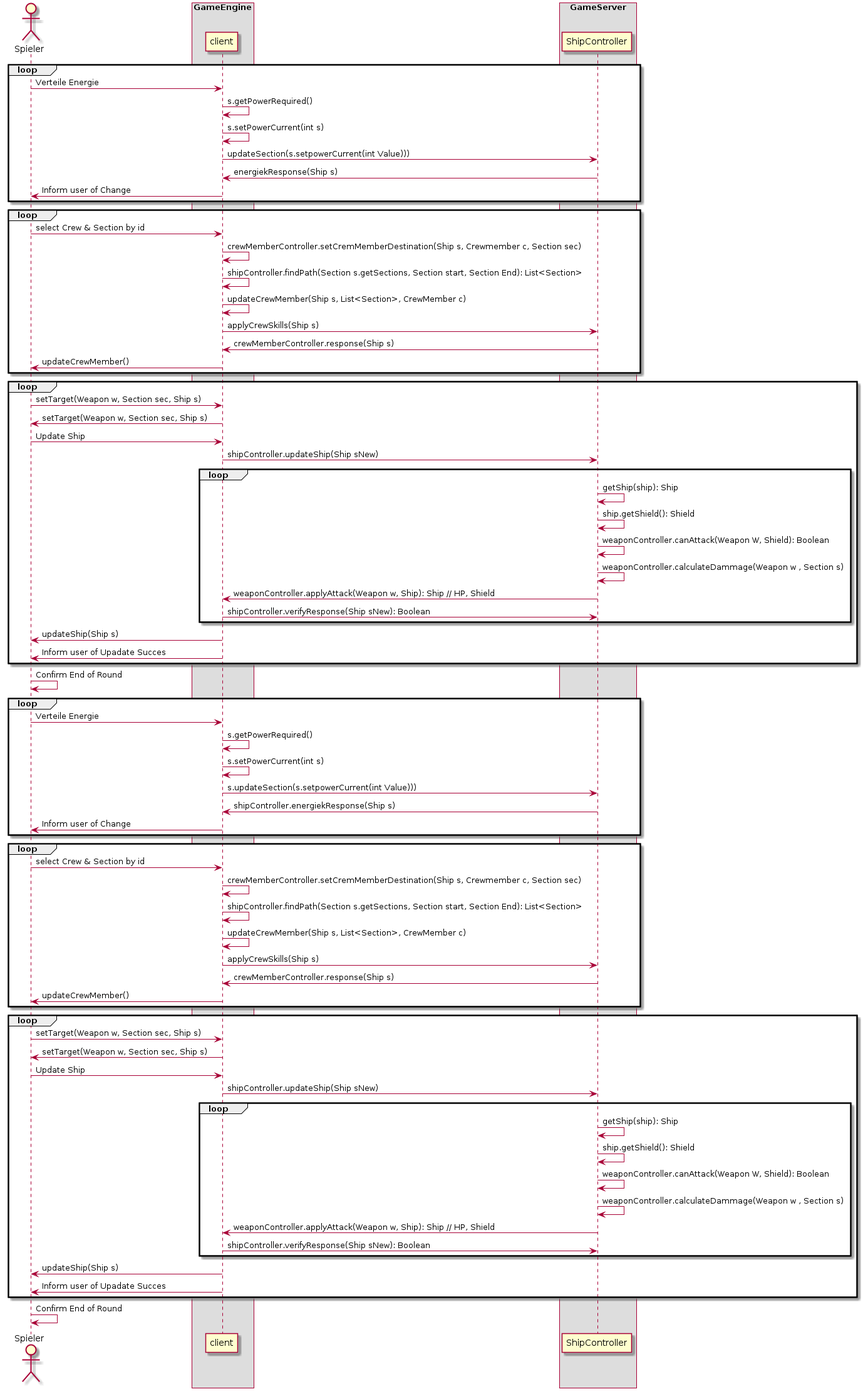
Earlier version of the PlantUML export docs/Architekturbeschreibung/pics/kampf.png (ksreyr/SpaceStudio).
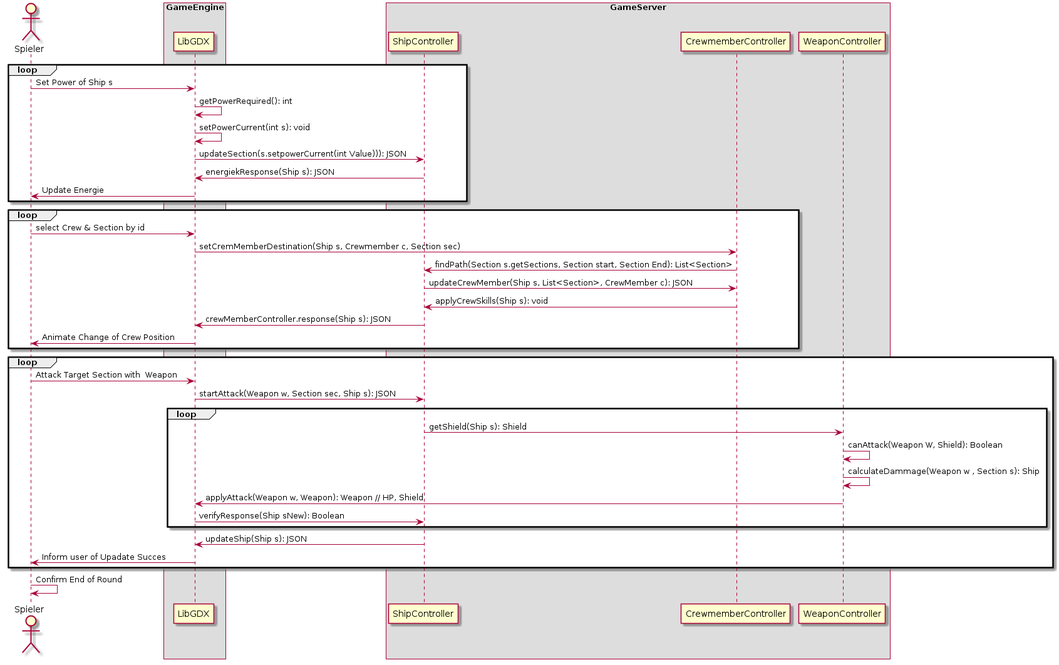
Later version of the same file.

Change to the diagram source:
```diff
@@ -1,107 +1,57 @@
 @startuml
 actor Spieler as user
-participant client
-participant ShipController as server
+participant LibGDX as client
+participant ShipController as ship
+participant CrewmemberController as crew
+participant WeaponController as weapon
 
 box "GameEngine"
   participant client
 end box
 
 box "GameServer"
-  participant server
+  participant ship
+  participant crew
+  participant weapon
 end box
 
 
 loop
-user -> client: Verteile Energie
-client -> client: s.getPowerRequired()
-client -> client: s.setPowerCurrent(int s)
-client -> server: updateSection(s.setpowerCurrent(int Value)))
-server -> client: energiekResponse(Ship s)
-client -> user: Inform user of Change
+user -> client: Set Power of Ship s
+client -> client: getPowerRequired(): int
+client -> client: setPowerCurrent(int s): void
+client -> ship: updateSection(s.setpowerCurrent(int Value))): JSON
+ship -> client: energiekResponse(Ship s): JSON
+client -> user: Update Energie
 
 end loop
 
 loop
      user -> client: select Crew & Section by id
-     client -> client: crewMemberController.setCremMemberDestination(Ship s, Crewmember c, Section sec)
-     client -> client: shipController.findPath(Section s.getSections, Section start, Section End): List<Section>
-     client -> client: updateCrewMember(Ship s, List<Section>, CrewMember c)
-     client -> server: applyCrewSkills(Ship s)
-     server -> client: crewMemberController.response(Ship s)
-     client -> user: updateCrewMember()
+     client -> crew: setCremMemberDestination(Ship s, Crewmember c, Section sec)
+     crew -> ship: findPath(Section s.getSections, Section start, Section End): List<Section>
+     ship -> crew: updateCrewMember(Ship s, List<Section>, CrewMember c): JSON
+     crew -> ship: applyCrewSkills(Ship s): void
+     ship -> client: crewMemberController.response(Ship s): JSON
+     client -> user: Animate Change of Crew Position
 end loop
 
 loop
-    user -> client: setTarget(Weapon w, Section sec, Ship s)
-    client -> user: setTarget(Weapon w, Section sec, Ship s)
 
-user -> client: Update Ship
-client -> server: shipController.updateShip(Ship sNew)
+user -> client: Attack Target Section with  Weapon
+client -> ship: startAttack(Weapon w, Section sec, Ship s): JSON
     loop
-         server -> server: getShip(ship): Ship
-         server -> server: ship.getShield(): Shield
-         server -> server: weaponController.canAttack(Weapon W, Shield): Boolean
-         server -> server: weaponController.calculateDammage(Weapon w , Section s)
-         server -> client: weaponController.applyAttack(Weapon w, Ship): Ship // HP, Shield
-         client -> server: shipController.verifyResponse(Ship sNew): Boolean
+         ship -> weapon: getShield(Ship s): Shield
+         weapon -> weapon: canAttack(Weapon W, Shield): Boolean
+         weapon -> weapon: calculateDammage(Weapon w , Section s): Ship
+         weapon -> client: applyAttack(Weapon w, Weapon): Weapon // HP, Shield
+         client -> ship: verifyResponse(Ship sNew): Boolean
     end loop
-    client -> user: updateShip(Ship s)
-client -> user: Inform user of Upadate Succes
-end loop
-
-user -> user: Confirm End of Round
-actor Spieler as user
-participant client
-participant server
-
-box "GameEngine"
-  participant client
-end box
-
-box "GameServer"
-  participant server
-end box
-
-
-loop
-user -> client: Verteile Energie
-client -> client: s.getPowerRequired()
-client -> client: s.setPowerCurrent(int s)
-client -> server: s.updateSection(s.setpowerCurrent(int Value)))
-server -> client: shipController.energiekResponse(Ship s)
-client -> user: Inform user of Change
-
-end loop
-
-loop
-     user -> client: select Crew & Section by id
-     client -> client: crewMemberController.setCremMemberDestination(Ship s, Crewmember c, Section sec)
-     client -> client: shipController.findPath(Section s.getSections, Section start, Section End): List<Section>
-     client -> client: updateCrewMember(Ship s, List<Section>, CrewMember c)
-     client -> server: applyCrewSkills(Ship s)
-     server -> client: crewMemberController.response(Ship s)
-     client -> user: updateCrewMember()
-end loop
-
-loop
-    user -> client: setTarget(Weapon w, Section sec, Ship s)
-    client -> user: setTarget(Weapon w, Section sec, Ship s)
-
-user -> client: Update Ship
-client -> server: shipController.updateShip(Ship sNew)
-    loop
-         server -> server: getShip(ship): Ship
-         server -> server: ship.getShield(): Shield
-         server -> server: weaponController.canAttack(Weapon W, Shield): Boolean
-         server -> server: weaponController.calculateDammage(Weapon w , Section s)
-         server -> client: weaponController.applyAttack(Weapon w, Ship): Ship // HP, Shield
-         client -> server: shipController.verifyResponse(Ship sNew): Boolean
-    end loop
-    client -> user: updateShip(Ship s)
+    ship -> client: updateShip(Ship s): JSON
 client -> user: Inform user of Upadate Succes
 end loop
 
 user -> user: Confirm End of Round
 
+
 @enduml
```
